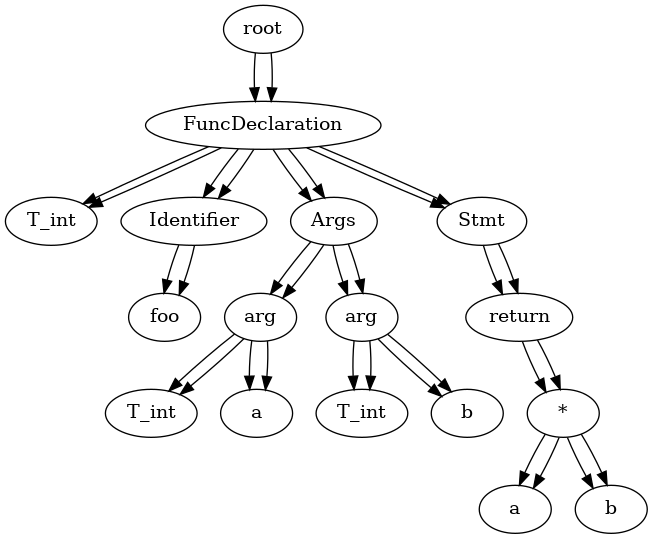
This is test.gv.png from Jstar49/starCC, a Graphviz export, as it was before one commit. Its source is kept beside it as test.gv.
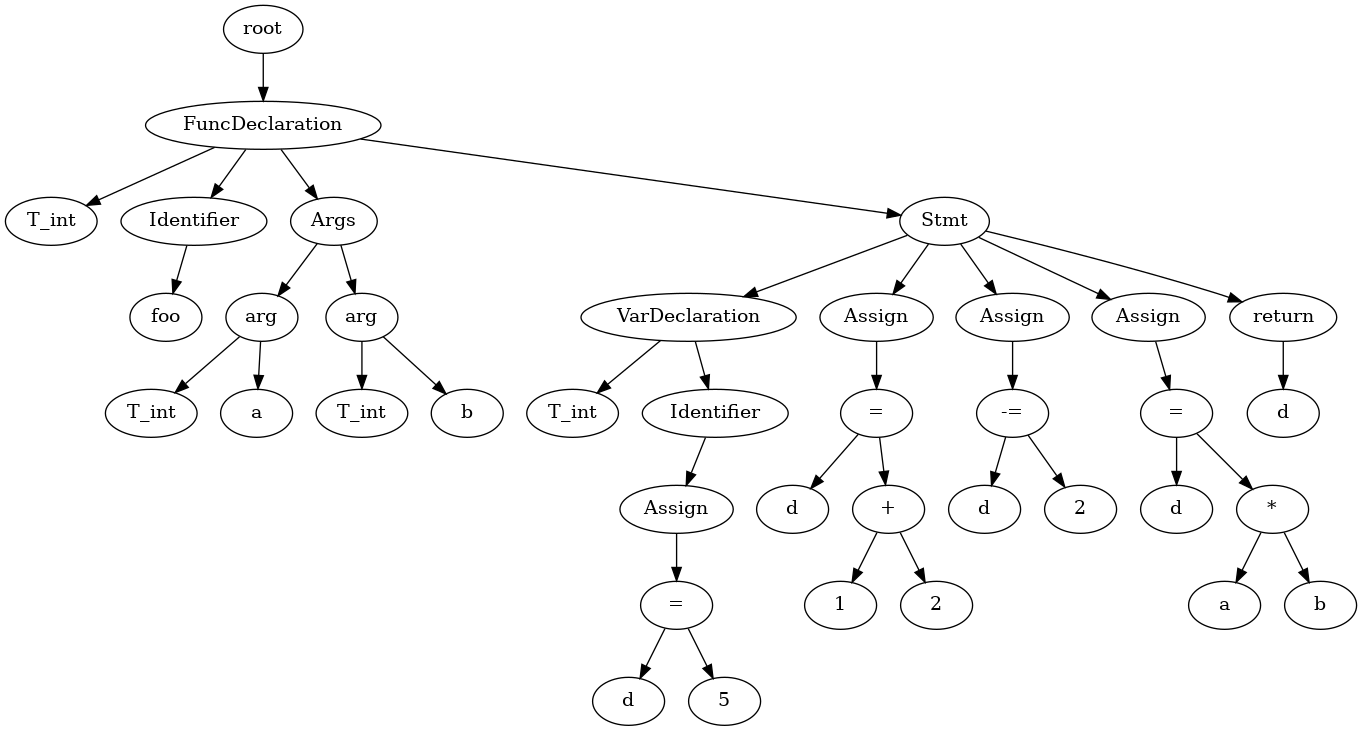
The same diagram one commit later.

The edit, as a diff of the source:
```diff
@@ -24,45 +24,54 @@
 	8 -> 10
 	11 [label=Stmt]
 	0 -> 11
-	12 [label=return]
+	12 [label=VarDeclaration]
 	11 -> 12
-	14 [label="*"]
+	13 [label=T_int]
+	12 -> 13
+	14 [label=Identifier]
 	12 -> 14
-	13 [label=a]
-	14 -> 13
-	15 [label=b]
+	15 [label=Assign]
 	14 -> 15
-	None [label=root]
-	0 [label=FuncDeclaration]
-	None -> 0
-	1 [label=T_int]
-	0 -> 1
-	2 [label=Identifier]
-	0 -> 2
-	3 [label=foo]
-	2 -> 3
-	4 [label=Args]
-	0 -> 4
-	5 [label=arg]
-	4 -> 5
-	6 [label=T_int]
-	5 -> 6
-	7 [label=a]
-	5 -> 7
-	8 [label=arg]
-	4 -> 8
-	9 [label=T_int]
-	8 -> 9
-	10 [label=b]
-	8 -> 10
-	11 [label=Stmt]
-	0 -> 11
-	12 [label=return]
-	11 -> 12
-	14 [label="*"]
-	12 -> 14
-	13 [label=a]
-	14 -> 13
-	15 [label=b]
-	14 -> 15
+	17 [label="="]
+	15 -> 17
+	16 [label=d]
+	17 -> 16
+	18 [label=5]
+	17 -> 18
+	19 [label=Assign]
+	11 -> 19
+	21 [label="="]
+	19 -> 21
+	20 [label=d]
+	21 -> 20
+	23 [label="+"]
+	21 -> 23
+	22 [label=1]
+	23 -> 22
+	24 [label=2]
+	23 -> 24
+	25 [label=Assign]
+	11 -> 25
+	27 [label="-="]
+	25 -> 27
+	26 [label=d]
+	27 -> 26
+	28 [label=2]
+	27 -> 28
+	29 [label=Assign]
+	11 -> 29
+	31 [label="="]
+	29 -> 31
+	30 [label=d]
+	31 -> 30
+	33 [label="*"]
+	31 -> 33
+	32 [label=a]
+	33 -> 32
+	34 [label=b]
+	33 -> 34
+	35 [label=return]
+	11 -> 35
+	36 [label=d]
+	35 -> 36
 }
```
